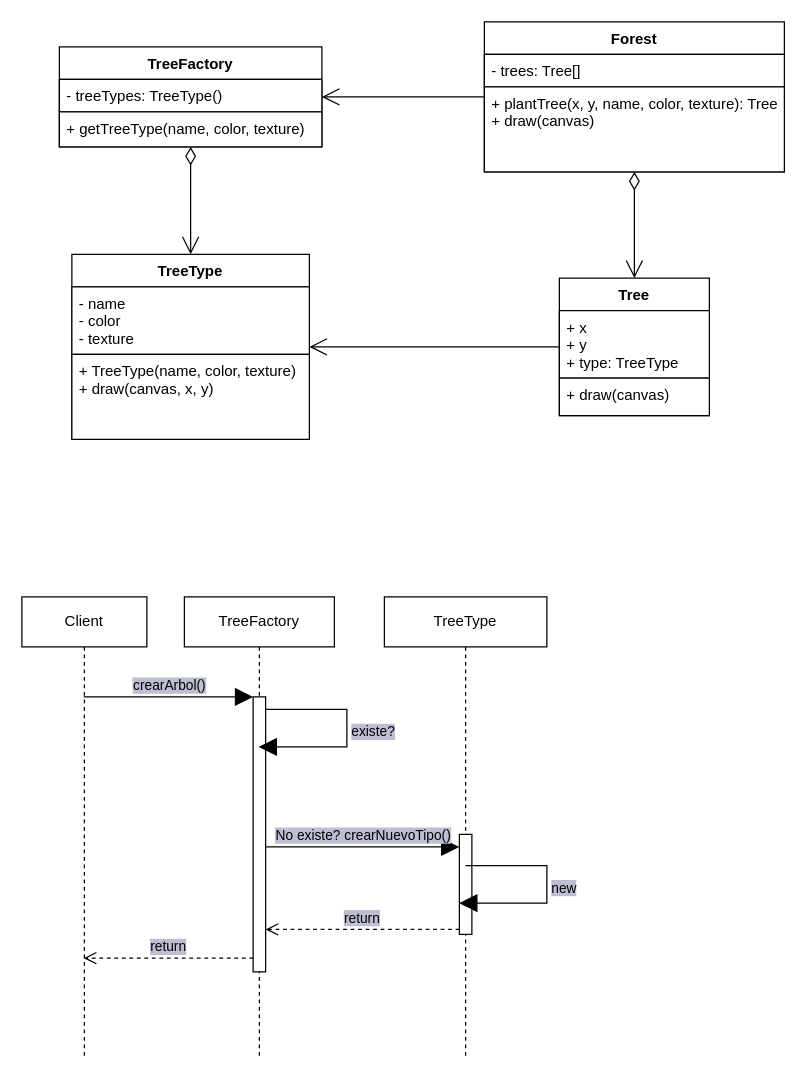
The draw.io diagram page "Flyweight" (11 of 22) of patrones_creacionales/Diagrama sin título.drawio in estebansalas18/Patrones-GoF, before the edit. Source tidied: cells renumbered, new cells numbered last; positions are measured from the earlier drawing's top-left corner, leaving out a move shared by most shapes. Both pictures are drawn from the tidied source at 125%, with x=0, y=0 at pixel (21, 21).
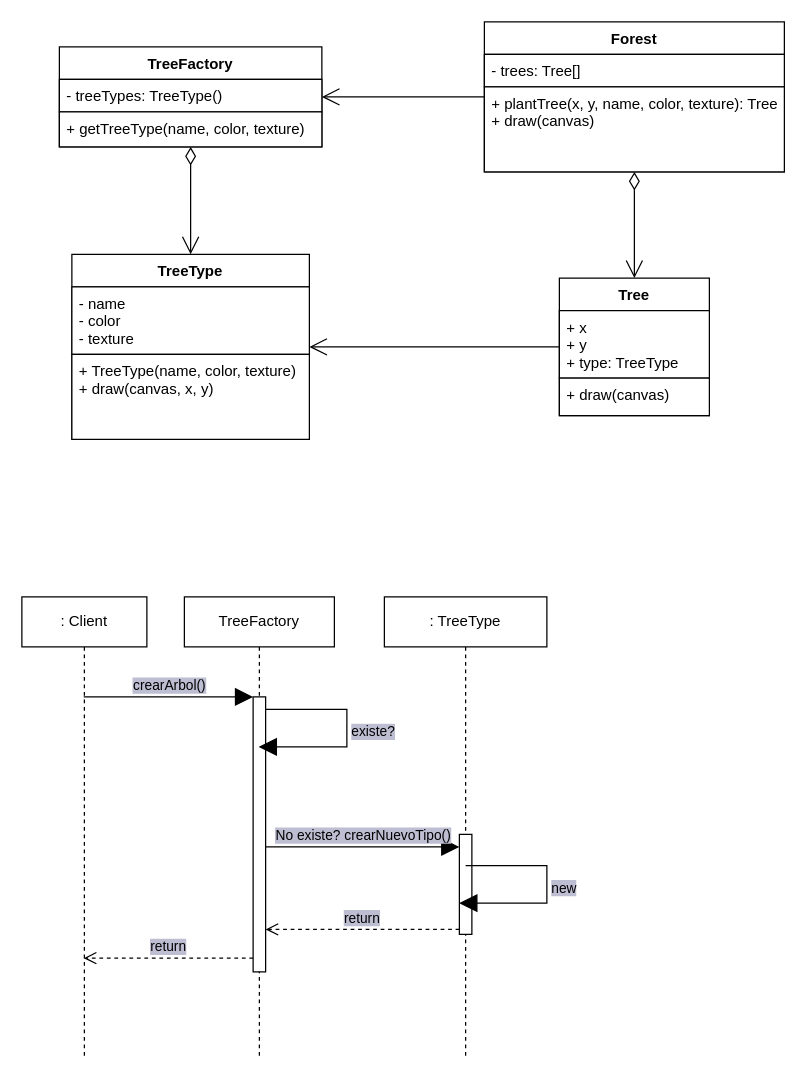
The same page after the edit.

Diff of the diagram source:
```diff
@@
-    <mxCell id="18" value="Client" style="shape=umlLifeline;perimeter=lifelinePerimeter;whiteSpace=wrap;html=1;outlineConnect=0;rounded=0;shadow=0;labelBackgroundColor=none;sketch=0;fillStyle=auto;fontColor=#000000;strokeColor=#000000;strokeWidth=1;fillColor=#FFFFFF;gradientColor=none;" parent="1" vertex="1">
+    <mxCell id="18" value=": Client" style="shape=umlLifeline;perimeter=lifelinePerimeter;whiteSpace=wrap;html=1;outlineConnect=0;rounded=0;shadow=0;labelBackgroundColor=none;sketch=0;fillStyle=auto;fontColor=#000000;strokeColor=#000000;strokeWidth=1;fillColor=#FFFFFF;gradientColor=none;" parent="1" vertex="1">
       <mxGeometry y="460" width="100" height="370" as="geometry" />
     </mxCell>
@@
-    <mxCell id="22" value="TreeType" style="shape=umlLifeline;perimeter=lifelinePerimeter;whiteSpace=wrap;html=1;rounded=0;shadow=0;labelBackgroundColor=none;sketch=0;fillStyle=auto;fontColor=#000000;strokeColor=#000000;strokeWidth=1;fillColor=#FFFFFF;gradientColor=none;" parent="1" vertex="1">
+    <mxCell id="22" value=": TreeType" style="shape=umlLifeline;perimeter=lifelinePerimeter;whiteSpace=wrap;html=1;rounded=0;shadow=0;labelBackgroundColor=none;sketch=0;fillStyle=auto;fontColor=#000000;strokeColor=#000000;strokeWidth=1;fillColor=#FFFFFF;gradientColor=none;" parent="1" vertex="1">
       <mxGeometry x="290" y="460" width="130" height="370" as="geometry" />
     </mxCell>
```
